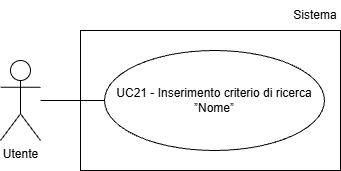
The draw.io diagram assets/Use_Case_Diagrams/UC21.png in Team-Three-Technologies/Documenti, before a commit. Source tidied: cells renumbered, new cells last; positions are measured from the earlier drawing's top-left corner, leaving out a move shared by most shapes. Source of this version:
```xml
<mxGraphModel>
  <root>
    <mxCell id="0" />
    <mxCell id="1" parent="0" />
    <mxCell id="2" value="Utente" style="shape=umlActor;verticalLabelPosition=bottom;verticalAlign=top;html=1;" parent="1" vertex="1">
      <mxGeometry y="60" width="40" height="80" as="geometry" />
    </mxCell>
    <mxCell id="3" value="UC21 - Inserimento criterio di ricerca ”Nome”" style="ellipse;whiteSpace=wrap;html=1;align=center;" parent="1" vertex="1">
      <mxGeometry x="104" y="50" width="220" height="100" as="geometry" />
    </mxCell>
    <mxCell id="4" style="endArrow=none;html=1;rounded=0;entryX=0;entryY=0.5;entryDx=0;entryDy=0;" parent="1" edge="1" target="3">
      <mxGeometry relative="1" as="geometry">
        <mxPoint x="40" y="100" as="sourcePoint" />
      </mxGeometry>
    </mxCell>
    <mxCell id="5" style="rounded=0;whiteSpace=wrap;html=1;fillColor=none;" parent="1" vertex="1">
      <mxGeometry x="80" y="30" width="260" height="140" as="geometry" />
    </mxCell>
    <mxCell id="6" value="Sistema" style="text;html=1;whiteSpace=wrap;strokeColor=none;fillColor=none;align=center;verticalAlign=middle;rounded=0;" parent="1" vertex="1">
      <mxGeometry x="290" width="50" height="30" as="geometry" />
    </mxCell>
  </root>
</mxGraphModel>
```
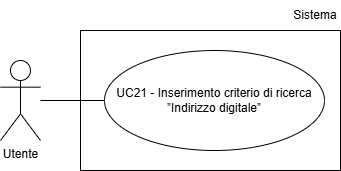
The same file after the commit.

What changed in the source:
```diff
@@ -5,14 +5,14 @@
     <mxCell id="2" value="Utente" style="shape=umlActor;verticalLabelPosition=bottom;verticalAlign=top;html=1;" parent="1" vertex="1">
       <mxGeometry y="60" width="40" height="80" as="geometry" />
     </mxCell>
-    <mxCell id="3" value="UC21 - Inserimento criterio di ricerca ”Nome”" style="ellipse;whiteSpace=wrap;html=1;align=center;" parent="1" vertex="1">
-      <mxGeometry x="104" y="50" width="220" height="100" as="geometry" />
-    </mxCell>
-    <mxCell id="4" style="endArrow=none;html=1;rounded=0;entryX=0;entryY=0.5;entryDx=0;entryDy=0;" parent="1" edge="1" target="3">
-      <mxGeometry relative="1" as="geometry">
-        <mxPoint x="40" y="100" as="sourcePoint" />
-      </mxGeometry>
-    </mxCell>
+    <mxCell id="7" value="UC21 - Inserimento criterio di ricerca ”Indirizzo digitale”" style="ellipse;whiteSpace=wrap;html=1;align=center;" parent="1" vertex="1">
+      <mxGeometry x="104" y="50" width="220" height="100" as="geometry" />
+    </mxCell>
+    <mxCell id="8" style="endArrow=none;html=1;rounded=0;entryX=0;entryY=0.5;entryDx=0;entryDy=0;" parent="1" edge="1" target="7">
+      <mxGeometry relative="1" as="geometry">
+        <mxPoint x="40" y="100" as="sourcePoint" />
+      </mxGeometry>
+    </mxCell>
     <mxCell id="5" style="rounded=0;whiteSpace=wrap;html=1;fillColor=none;" parent="1" vertex="1">
       <mxGeometry x="80" y="30" width="260" height="140" as="geometry" />
     </mxCell>
```
